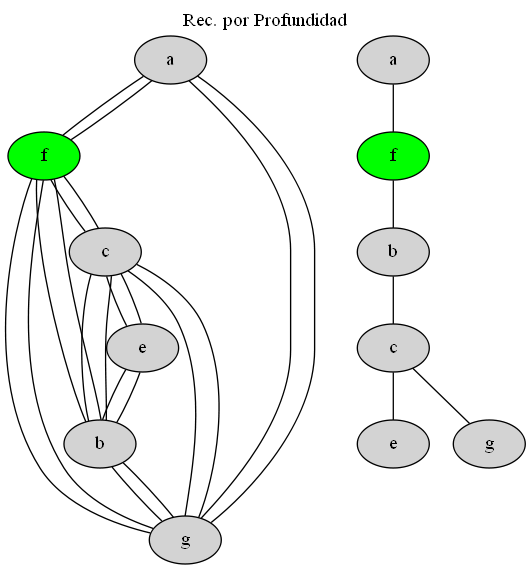
This is Proyecto2/imagen.png from crisborr8/EDD_DIC_2019_PY2_201602719, a Graphviz export, as it was before one commit. Its source is kept beside it as Proyecto2/imagen.dot.
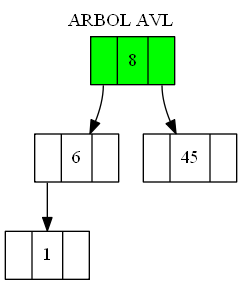
After the commit.

What changed in the source:
```diff
@@ -1,60 +1,13 @@
 digraph G{
 labelloc = "t";
-label="Rec. por Profundidad";
-node [style=filled];
-edge [arrowhead=none];
-_a [label="a"];
-_f [label="f"];
-_g [label="g"];
-_b [label="b"];
-_c [label="c"];
-_e [label="e"];
-_f [label="f"];
-_g [label="g"];
-_c [label="c"];
-_b [label="b"];
-_e [label="e"];
-_f [label="f"];
-_g [label="g"];
-_e [label="e"];
-_b [label="b"];
-_c [label="c"];
-_f [label="f"];
-_a [label="a"];
-_b [label="b"];
-_c [label="c"];
-_g [label="g"];
-_g [label="g"];
-_a [label="a"];
-_b [label="b"];
-_c [label="c"];
-_f [label="f"];
-_a->_f;
-_a->_g;
-_b->_c;
-_b->_e;
-_b->_f;
-_b->_g;
-_c->_b;
-_c->_e;
-_c->_f;
-_c->_g;
-_e->_b;
-_e->_c;
-_f->_a;
-_f->_b;
-_f->_c;
-_f->_g;
-_g->_a;
-_g->_b;
-_g->_c;
-_g->_f;
-a->f;
-f->b;
-b->c;
-c->e;
-c->g;
-f [fillcolor=green];
-_f [fillcolor=green];
+label="ARBOL AVL";
+node [shape=record, style=filled];
+_8[label="<i>|8|<d>", fillcolor=green];
+_8:i->_6;
+_6[label="<i>|6|<d>", fillcolor=white];
+_6:i->_1;
+_1[label="<i>|1|<d>", fillcolor=white];
+_8:d->_45;
+_45[label="<i>|45|<d>", fillcolor=white];
 
 }
```
